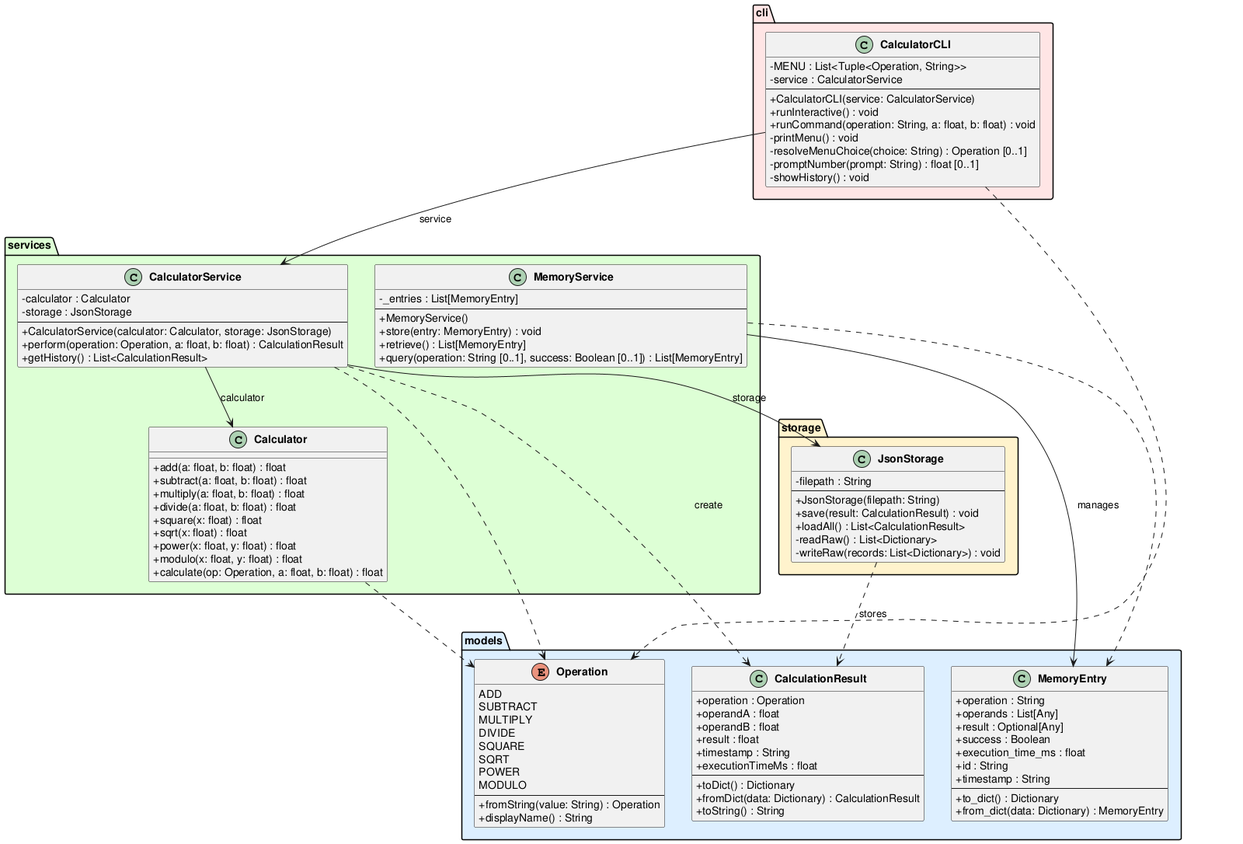
DanielRiha8906/Software_autoevolution_using_agents keeps this PlantUML diagram as experiments/broadcast/test_driven/calculator/artifacts/class_diagram.png. Above is the earlier version.
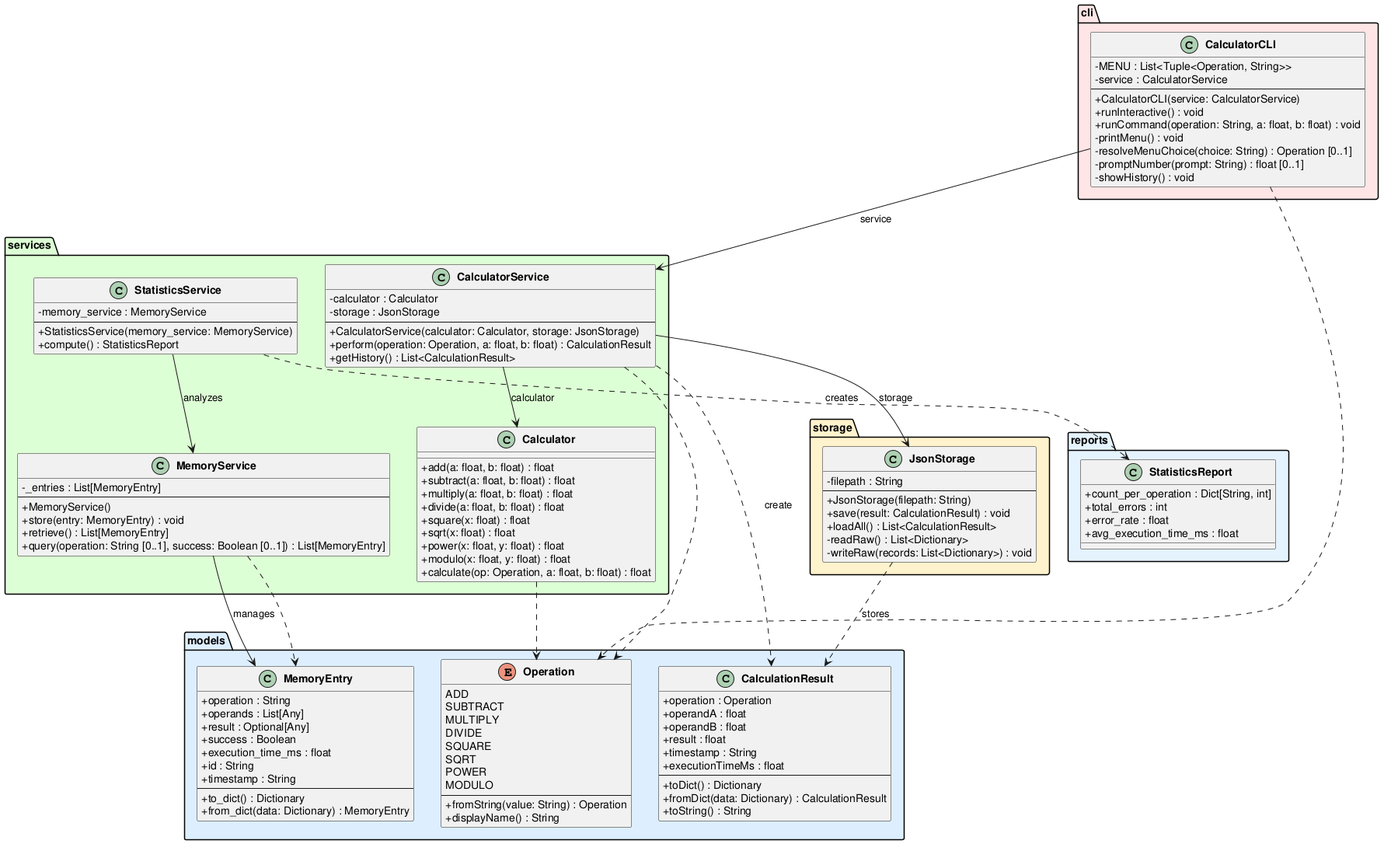
After the commit.

Change to the diagram source:
```diff
@@ -75,6 +75,22 @@
         +retrieve() : List[MemoryEntry]
         +query(operation: String [0..1], success: Boolean [0..1]) : List[MemoryEntry]
     }
+
+    class StatisticsService {
+        -memory_service : MemoryService
+        --
+        +StatisticsService(memory_service: MemoryService)
+        +compute() : StatisticsReport
+    }
+}
+
+package "reports" #E5F3FF {
+    class StatisticsReport {
+        +count_per_operation : Dict[String, int]
+        +total_errors : int
+        +error_rate : float
+        +avg_execution_time_ms : float
+    }
 }
 
 package "storage" #FFF3CC {
@@ -108,6 +124,8 @@
 CalculatorService --> Calculator : calculator
 CalculatorService --> JsonStorage : storage
 MemoryService --> MemoryEntry : manages
+StatisticsService --> MemoryService : analyzes
+StatisticsService ..> StatisticsReport : creates
 
 CalculatorService ..> CalculationResult : create
 CalculatorService ..> Operation
```
